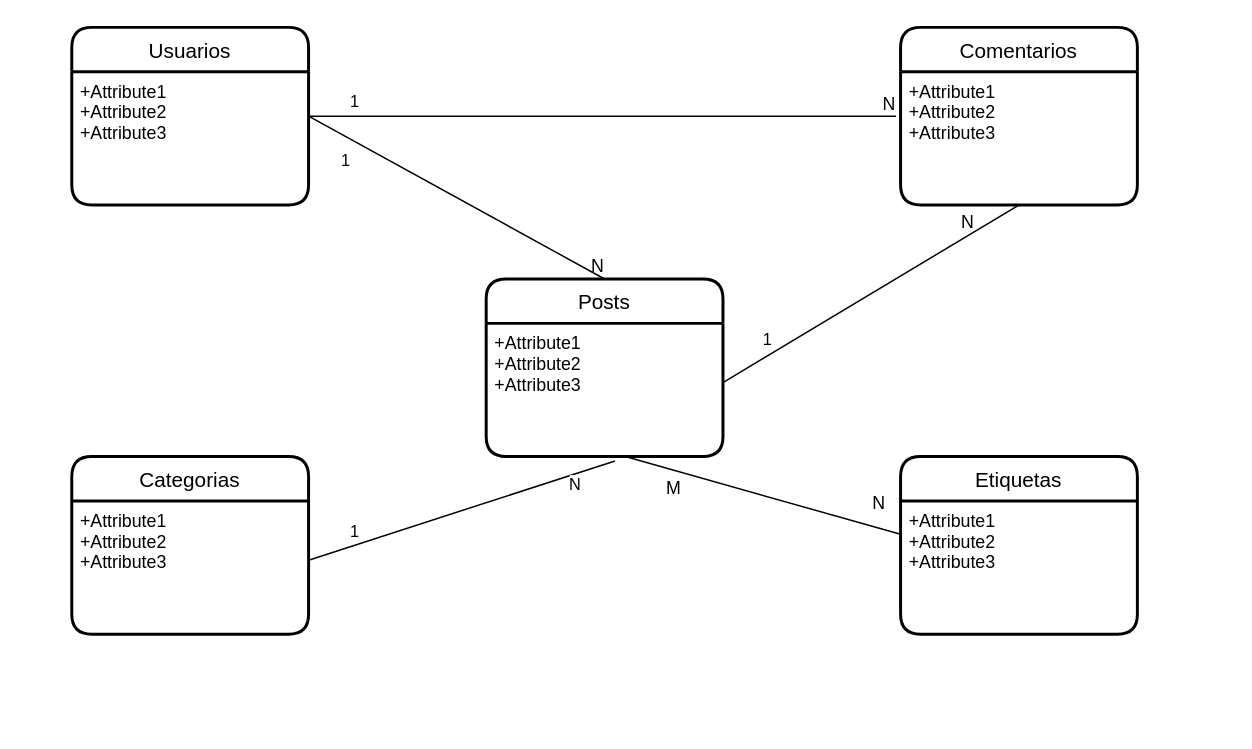
Before: Platzi-blog.drawio in carlosgabo/hyperblog, a draw.io diagram. Source tidied: cells renumbered, new cells numbered last; positions are measured from the earlier drawing's top-left corner, leaving out a move shared by most shapes. Both pictures are drawn from the tidied source at 148%, with x=0, y=0 at pixel (71, 27).
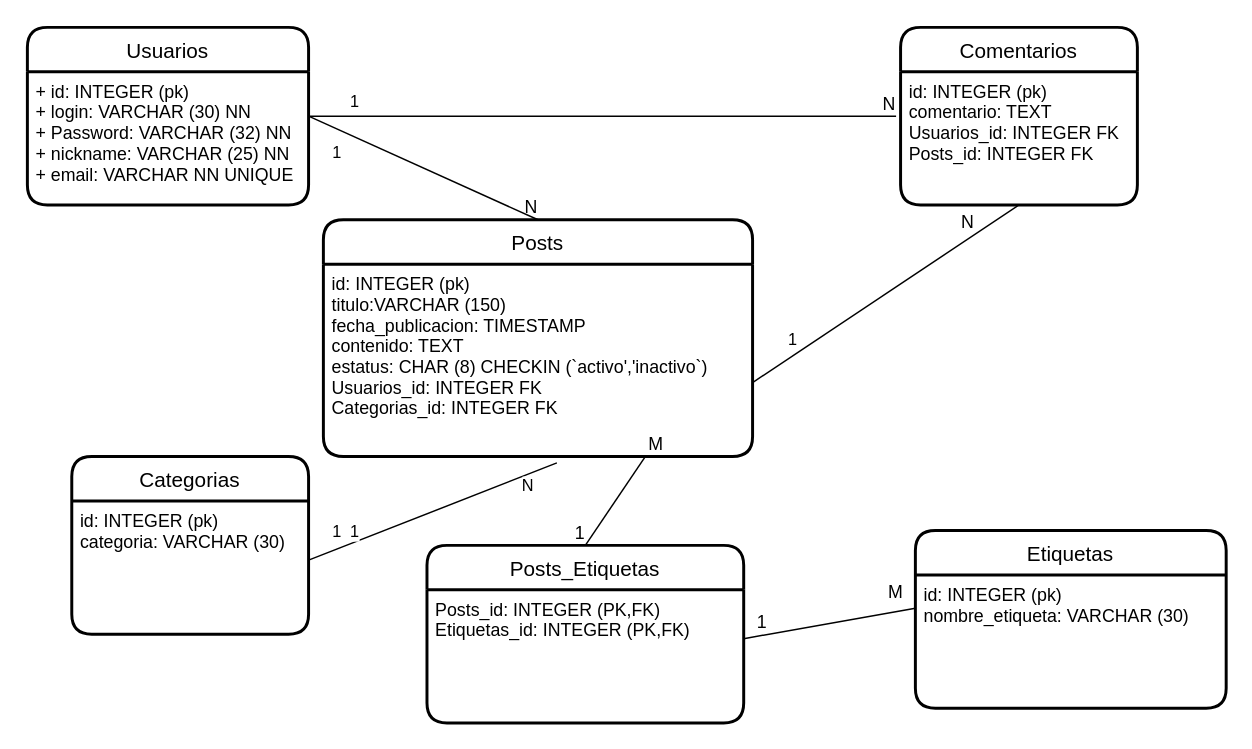
The same page after the edit.

Unchanged cells that the change refers to:
```xml
<mxCell id="6" value="Comentarios" style="swimlane;horizontal=1;startSize=30;rounded=1;fontSize=14;fontStyle=0;strokeWidth=2;shadow=0;dashed=0;align=center;" parent="1" vertex="1">
  <mxGeometry x="560" width="160" height="120" as="geometry" />
</mxCell>
<mxCell id="10" value="Categorias" style="swimlane;horizontal=1;startSize=30;rounded=1;fontSize=14;fontStyle=0;strokeWidth=2;shadow=0;dashed=0;align=center;" parent="1" vertex="1">
  <mxGeometry y="290" width="160" height="120" as="geometry" />
</mxCell>
```

Change to the diagram source:
```diff
@@
     <mxCell id="2" value="Usuarios" style="swimlane;horizontal=1;startSize=30;rounded=1;fontSize=14;fontStyle=0;strokeWidth=2;shadow=0;dashed=0;align=center;" parent="1" vertex="1">
-      <mxGeometry width="160" height="120" as="geometry" />
+      <mxGeometry x="-30" width="190" height="120" as="geometry" />
     </mxCell>
-    <mxCell id="3" value="+Attribute1&#10;+Attribute2&#10;+Attribute3" style="align=left;strokeColor=none;fillColor=none;spacingLeft=4;fontSize=12;verticalAlign=top;" parent="2" vertex="1">
-      <mxGeometry y="30" width="160" height="90" as="geometry" />
+    <mxCell id="3" value="+ id: INTEGER (pk)&#10;+ login: VARCHAR (30) NN &#10;+ Password: VARCHAR (32) NN&#10;+ nickname: VARCHAR (25) NN&#10;+ email: VARCHAR NN UNIQUE" style="align=left;strokeColor=none;fillColor=none;spacingLeft=4;fontSize=12;verticalAlign=top;" parent="2" vertex="1">
+      <mxGeometry y="30" width="190" height="90" as="geometry" />
     </mxCell>
     <mxCell id="4" value="Posts" style="swimlane;horizontal=1;startSize=30;rounded=1;fontSize=14;fontStyle=0;strokeWidth=2;shadow=0;dashed=0;align=center;" parent="1" vertex="1">
-      <mxGeometry x="280" y="170" width="160" height="120" as="geometry" />
+      <mxGeometry x="170" y="130" width="290" height="160" as="geometry" />
     </mxCell>
-    <mxCell id="5" value="+Attribute1&#10;+Attribute2&#10;+Attribute3" style="align=left;strokeColor=none;fillColor=none;spacingLeft=4;fontSize=12;verticalAlign=top;" parent="4" vertex="1">
-      <mxGeometry y="30" width="160" height="90" as="geometry" />
+    <mxCell id="5" value="id: INTEGER (pk)&#10;titulo:VARCHAR (150)&#10;fecha_publicacion: TIMESTAMP&#10;contenido: TEXT&#10;estatus: CHAR (8) CHECKIN (`activo','inactivo`)&#10;Usuarios_id: INTEGER FK&#10;Categorias_id: INTEGER FK" style="align=left;strokeColor=none;fillColor=none;spacingLeft=4;fontSize=12;verticalAlign=top;" parent="4" vertex="1">
+      <mxGeometry y="30" width="290" height="130" as="geometry" />
     </mxCell>
@@
-    <mxCell id="7" value="+Attribute1&#10;+Attribute2&#10;+Attribute3" style="align=left;strokeColor=none;fillColor=none;spacingLeft=4;fontSize=12;verticalAlign=top;" parent="6" vertex="1">
+    <mxCell id="7" value="id: INTEGER (pk)&#10;comentario: TEXT &#10;Usuarios_id: INTEGER FK&#10;Posts_id: INTEGER FK" style="align=left;strokeColor=none;fillColor=none;spacingLeft=4;fontSize=12;verticalAlign=top;" parent="6" vertex="1">
       <mxGeometry y="30" width="160" height="90" as="geometry" />
     </mxCell>
     <mxCell id="8" value="Etiquetas" style="swimlane;horizontal=1;startSize=30;rounded=1;fontSize=14;fontStyle=0;strokeWidth=2;shadow=0;dashed=0;align=center;" parent="1" vertex="1">
-      <mxGeometry x="560" y="290" width="160" height="120" as="geometry" />
+      <mxGeometry x="570" y="340" width="210" height="120" as="geometry" />
     </mxCell>
-    <mxCell id="9" value="+Attribute1&#10;+Attribute2&#10;+Attribute3" style="align=left;strokeColor=none;fillColor=none;spacingLeft=4;fontSize=12;verticalAlign=top;" parent="8" vertex="1">
-      <mxGeometry y="30" width="160" height="90" as="geometry" />
+    <mxCell id="9" value="id: INTEGER (pk)&#10;nombre_etiqueta: VARCHAR (30)&#10;" style="align=left;strokeColor=none;fillColor=none;spacingLeft=4;fontSize=12;verticalAlign=top;" parent="8" vertex="1">
+      <mxGeometry y="30" width="210" height="90" as="geometry" />
     </mxCell>
@@
-    <mxCell id="11" value="+Attribute1&#10;+Attribute2&#10;+Attribute3" style="align=left;strokeColor=none;fillColor=none;spacingLeft=4;fontSize=12;verticalAlign=top;" parent="10" vertex="1">
+    <mxCell id="11" value="id: INTEGER (pk)&#10;categoria: VARCHAR (30)&#10;" style="align=left;strokeColor=none;fillColor=none;spacingLeft=4;fontSize=12;verticalAlign=top;" parent="10" vertex="1">
       <mxGeometry y="30" width="160" height="90" as="geometry" />
     </mxCell>
@@
     <mxCell id="18" style="endArrow=none;html=1;rounded=0;entryX=0.5;entryY=1;entryDx=0;entryDy=0;" parent="1" edge="1" target="6">
       <mxGeometry relative="1" as="geometry">
-        <mxPoint x="440" y="240" as="sourcePoint" />
+        <mxPoint x="460" y="240" as="sourcePoint" />
       </mxGeometry>
     </mxCell>
@@
-    <mxCell id="25" style="endArrow=none;html=1;rounded=0;entryX=0;entryY=0.25;entryDx=0;entryDy=0;" parent="1" edge="1" target="9">
-      <mxGeometry relative="1" as="geometry">
-        <mxPoint x="374" y="290" as="sourcePoint" />
-      </mxGeometry>
-    </mxCell>
-    <mxCell id="26" value="M" style="html=1;align=left;verticalAlign=bottom;" parent="25" vertex="1">
-      <mxGeometry x="-1" relative="1" as="geometry">
-        <mxPoint x="26" y="30" as="offset" />
-      </mxGeometry>
-    </mxCell>
-    <mxCell id="27" value="N" style="html=1;align=right;verticalAlign=bottom;" parent="25" vertex="1">
-      <mxGeometry x="1" relative="1" as="geometry">
-        <mxPoint x="-9.7" y="-12.4" as="offset" />
-      </mxGeometry>
-    </mxCell>
+    <mxCell id="28" value="Posts_Etiquetas" style="swimlane;horizontal=1;startSize=30;rounded=1;fontSize=14;fontStyle=0;strokeWidth=2;shadow=0;dashed=0;align=center;" parent="1" vertex="1">
+      <mxGeometry x="240" y="350" width="214" height="120" as="geometry" />
+    </mxCell>
+    <mxCell id="29" value="Posts_id: INTEGER (PK,FK)&#10;Etiquetas_id: INTEGER (PK,FK)" style="align=left;strokeColor=none;fillColor=none;spacingLeft=4;fontSize=12;verticalAlign=top;" parent="28" vertex="1">
+      <mxGeometry y="30" width="214" height="90" as="geometry" />
+    </mxCell>
+    <mxCell id="30" style="endArrow=none;html=1;rounded=0;entryX=0.5;entryY=0;entryDx=0;entryDy=0;exitX=0.75;exitY=1;exitDx=0;exitDy=0;" parent="1" edge="1" source="5" target="28">
+      <mxGeometry relative="1" as="geometry" />
+    </mxCell>
+    <mxCell id="31" value="M" style="html=1;align=left;verticalAlign=bottom;" parent="30" vertex="1">
+      <mxGeometry x="-1" relative="1" as="geometry" />
+    </mxCell>
+    <mxCell id="32" value="1" style="html=1;align=right;verticalAlign=bottom;" parent="30" vertex="1">
+      <mxGeometry x="1" relative="1" as="geometry" />
+    </mxCell>
+    <mxCell id="33" style="endArrow=none;html=1;rounded=0;entryX=1;entryY=0.367;entryDx=0;entryDy=0;exitX=0;exitY=0.25;exitDx=0;exitDy=0;entryPerimeter=0;" parent="1" edge="1" source="9" target="29">
+      <mxGeometry relative="1" as="geometry" />
+    </mxCell>
+    <mxCell id="34" value="M" style="html=1;align=left;verticalAlign=bottom;" parent="33" vertex="1">
+      <mxGeometry x="-1" relative="1" as="geometry">
+        <mxPoint x="-20" y="-2.5" as="offset" />
+      </mxGeometry>
+    </mxCell>
+    <mxCell id="35" value="1" style="html=1;align=right;verticalAlign=bottom;" parent="33" vertex="1">
+      <mxGeometry x="1" relative="1" as="geometry">
+        <mxPoint x="16.2" y="-3.1" as="offset" />
+      </mxGeometry>
+    </mxCell>
```
